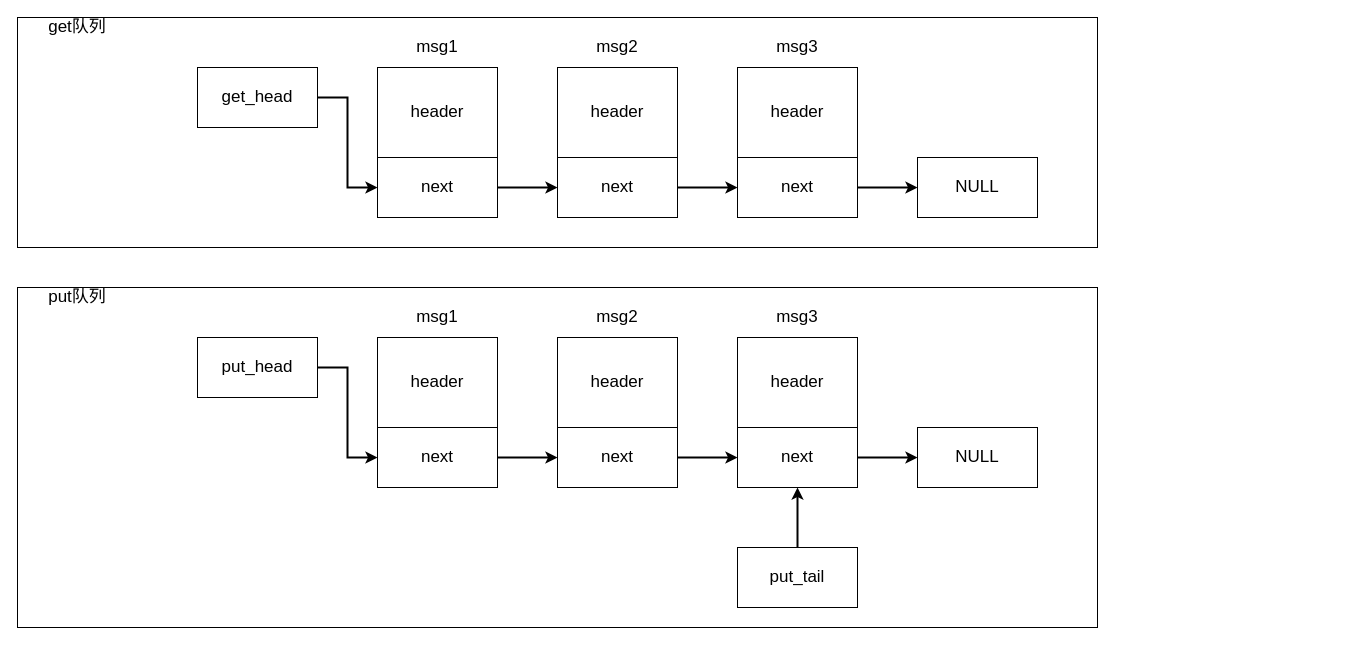
Above: page "消息队列" (3 of 5) of workflow.drawio in James-Moriarty/workflow-doc (draw.io), before the change. Source tidied: cells renumbered, new cells numbered last; positions are measured from the earlier drawing's top-left corner, leaving out a move shared by most shapes. Both pictures are drawn from the tidied source at 100%, with x=0, y=0 at pixel (17, 17).
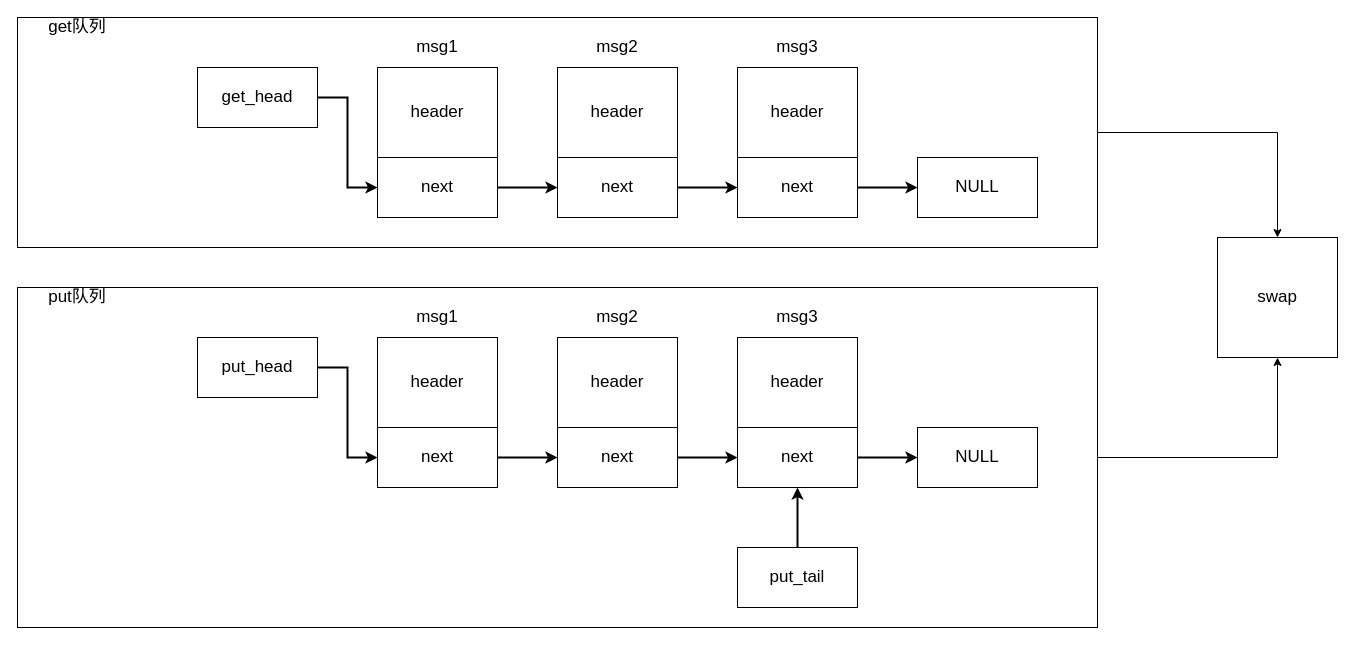
The same page after the edit.

The change refers to these unchanged cells:
```xml
<mxCell id="2" style="rounded=0;whiteSpace=wrap;html=1;fontFamily=Fira Code;fontSize=17;" parent="1" vertex="1">
  <mxGeometry y="270" width="1080" height="340" as="geometry" />
</mxCell>
<mxCell id="3" style="rounded=0;whiteSpace=wrap;html=1;fontFamily=Fira Code;fontSize=17;" parent="1" vertex="1">
  <mxGeometry width="1080" height="230" as="geometry" />
</mxCell>
```

Diff of the diagram source:
```diff
@@
+    <mxCell id="38" style="edgeStyle=orthogonalEdgeStyle;rounded=0;jettySize=auto;html=1;exitX=1;exitY=0.5;exitDx=0;exitDy=0;entryX=0.5;entryY=1;entryDx=0;entryDy=0;fontFamily=Fira Code;fontSize=17;" parent="1" edge="1" source="2" target="40">
+      <mxGeometry relative="1" as="geometry" />
+    </mxCell>
@@
+    <mxCell id="39" style="edgeStyle=orthogonalEdgeStyle;rounded=0;jettySize=auto;html=1;exitX=1;exitY=0.5;exitDx=0;exitDy=0;fontFamily=Fira Code;fontSize=17;entryX=0.5;entryY=0;entryDx=0;entryDy=0;" parent="1" edge="1" source="3" target="40">
+      <mxGeometry relative="1" as="geometry" />
+    </mxCell>
@@
+    <mxCell id="40" value="swap" style="rounded=0;whiteSpace=wrap;html=1;fontFamily=Fira Code;fontSize=17;" parent="1" vertex="1">
+      <mxGeometry x="1200" y="220" width="120" height="120" as="geometry" />
+    </mxCell>
```
